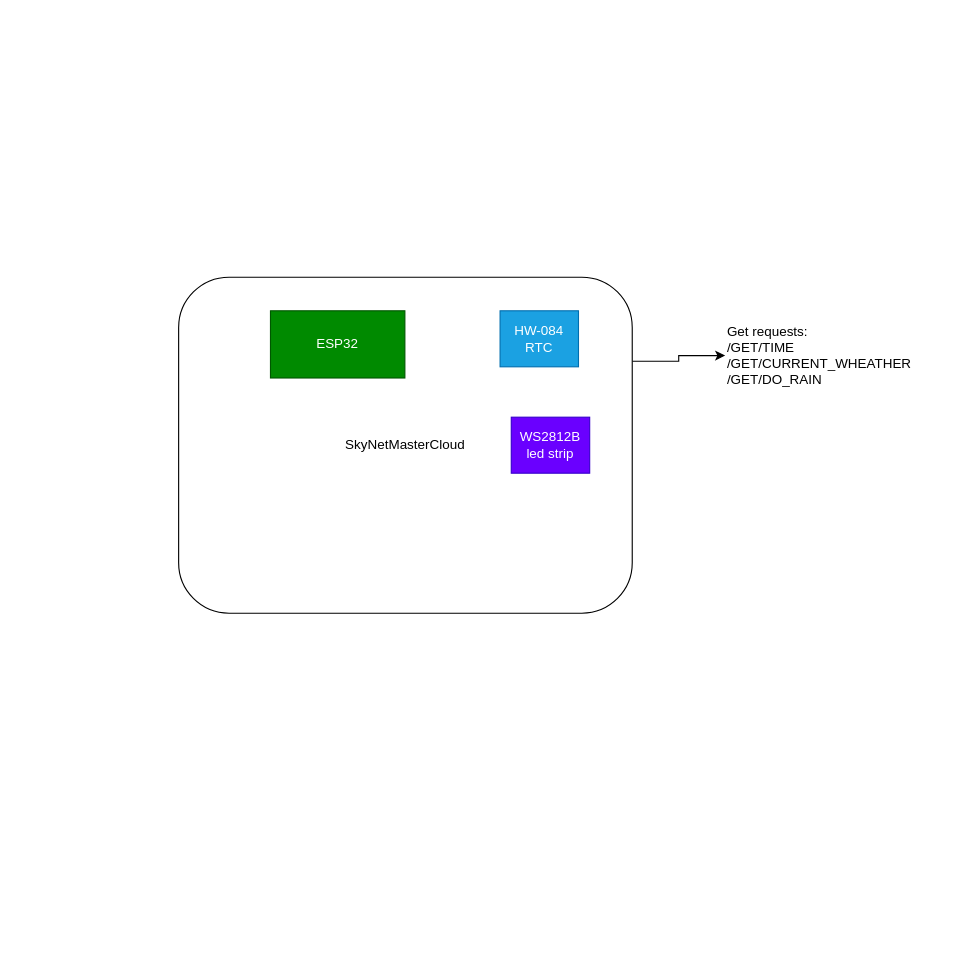
Above: docs/SkyNetDesign.drawio in GalBrandwine/SkyNet (draw.io), before the change. Source tidied: cells renumbered, new cells numbered last; positions are measured from the earlier drawing's top-left corner, leaving out a move shared by most shapes. Both pictures are drawn from the tidied source at 112%, with x=0, y=0 at pixel (178, 277).
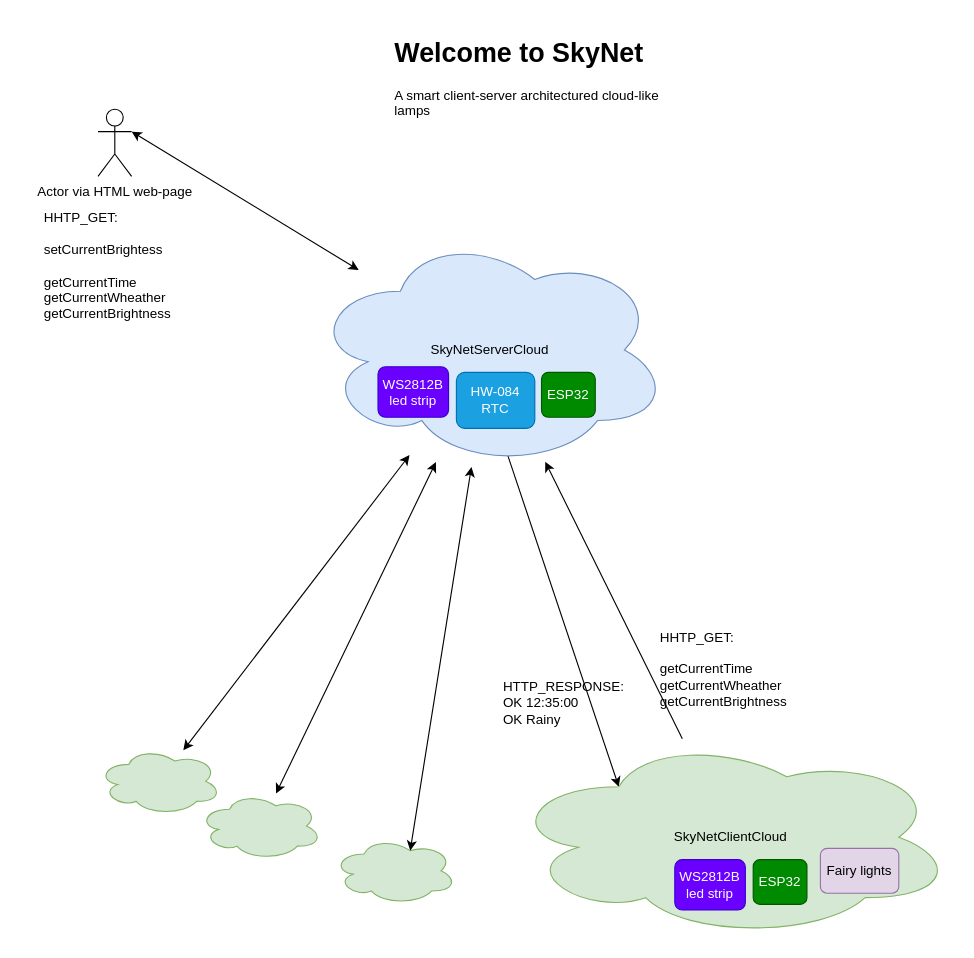
After the change.

Change to the diagram source:
```diff
@@
-    <mxCell id="2" style="edgeStyle=orthogonalEdgeStyle;rounded=0;jettySize=auto;html=1;exitX=1;exitY=0.25;exitDx=0;exitDy=0;" parent="1" edge="1" source="3" target="7">
-      <mxGeometry relative="1" as="geometry" />
-    </mxCell>
-    <mxCell id="3" value="SkyNetMasterCloud" style="rounded=1;whiteSpace=wrap;html=1;" parent="1" vertex="1">
-      <mxGeometry width="405" height="300" as="geometry" />
-    </mxCell>
-    <mxCell id="4" value="ESP32" style="rounded=0;whiteSpace=wrap;html=1;fillColor=#008a00;strokeColor=#005700;fontColor=#ffffff;" parent="1" vertex="1">
-      <mxGeometry x="82" y="30" width="120" height="60" as="geometry" />
-    </mxCell>
+    <mxCell id="8" value="&lt;h1&gt;Welcome to SkyNet&lt;/h1&gt;&lt;p&gt;A smart client-server architectured cloud-like lamps&lt;/p&gt;" style="text;html=1;strokeColor=none;fillColor=none;spacing=5;spacingTop=-20;whiteSpace=wrap;overflow=hidden;rounded=0;" parent="1" vertex="1">
+      <mxGeometry x="188" y="-220" width="250" height="120" as="geometry" />
+    </mxCell>
+    <mxCell id="9" style="edgeStyle=none;rounded=0;jettySize=auto;html=1;exitX=0.55;exitY=0.95;exitDx=0;exitDy=0;exitPerimeter=0;entryX=0.25;entryY=0.25;entryDx=0;entryDy=0;entryPerimeter=0;fillColor=#d5e8d4;" parent="1" edge="1" source="29" target="14">
+      <mxGeometry relative="1" as="geometry" />
+    </mxCell>
+    <mxCell id="10" style="rounded=0;jettySize=auto;html=1;fillColor=#dae8fc;" parent="1" edge="1" source="14" target="29">
+      <mxGeometry relative="1" as="geometry" />
+    </mxCell>
+    <mxCell id="11" value="HHTP_GET:&lt;br&gt;&lt;br&gt;getCurrentTime&lt;br&gt;getCurrentWheather&lt;br&gt;getCurrentBrightness" style="text;html=1;align=left;verticalAlign=middle;strokeColor=none;" parent="1" vertex="1">
+      <mxGeometry x="428" y="310" width="130" height="80" as="geometry" />
+    </mxCell>
+    <mxCell id="12" value="HTTP_RESPONSE:&lt;br&gt;OK 12:35:00&lt;br&gt;OK Rainy&lt;br&gt;" style="text;html=1;align=left;verticalAlign=middle;strokeColor=none;" parent="1" vertex="1">
+      <mxGeometry x="288" y="355" width="120" height="50" as="geometry" />
+    </mxCell>
+    <mxCell id="13" style="group;" parent="1" vertex="1">
+      <mxGeometry x="293" y="410" width="400" height="180" as="geometry" />
+    </mxCell>
+    <mxCell id="14" value="&lt;span&gt;SkyNetClientCloud&lt;/span&gt;" style="ellipse;shape=cloud;whiteSpace=wrap;html=1;fillColor=#d5e8d4;strokeColor=#82b366;" parent="13" vertex="1">
+      <mxGeometry width="400" height="180" as="geometry" />
+    </mxCell>
+    <mxCell id="15" value="ESP32" style="rounded=1;whiteSpace=wrap;html=1;fillColor=#008a00;strokeColor=#005700;fontColor=#ffffff;" parent="13" vertex="1">
+      <mxGeometry x="220" y="110" width="48" height="40" as="geometry" />
+    </mxCell>
+    <mxCell id="16" value="WS2812B led strip" style="rounded=1;whiteSpace=wrap;html=1;fillColor=#6a00ff;strokeColor=#3700CC;fontColor=#ffffff;" parent="13" vertex="1">
+      <mxGeometry x="150" y="110" width="63" height="45" as="geometry" />
+    </mxCell>
+    <mxCell id="17" value="Fairy lights" style="rounded=1;whiteSpace=wrap;html=1;fillColor=#e1d5e7;strokeColor=#9673a6;" parent="13" vertex="1">
+      <mxGeometry x="280" y="100" width="70" height="40" as="geometry" />
+    </mxCell>
+    <mxCell id="18" style="group;" parent="1" vertex="1">
+      <mxGeometry x="-142" y="410" width="400" height="180" as="geometry" />
+    </mxCell>
+    <mxCell id="19" style="ellipse;shape=cloud;whiteSpace=wrap;html=1;fillColor=#d5e8d4;strokeColor=#82b366;" parent="18" vertex="1">
+      <mxGeometry x="280" y="90" width="110" height="60" as="geometry" />
+    </mxCell>
+    <mxCell id="20" style="ellipse;shape=cloud;whiteSpace=wrap;html=1;fillColor=#d5e8d4;strokeColor=#82b366;" parent="18" vertex="1">
+      <mxGeometry x="160" y="50" width="110" height="60" as="geometry" />
+    </mxCell>
+    <mxCell id="21" style="ellipse;shape=cloud;whiteSpace=wrap;html=1;fillColor=#d5e8d4;strokeColor=#82b366;" parent="18" vertex="1">
+      <mxGeometry x="70" y="10" width="110" height="60" as="geometry" />
+    </mxCell>
+    <mxCell id="22" style="edgeStyle=none;rounded=0;jettySize=auto;html=1;exitX=0.625;exitY=0.2;exitDx=0;exitDy=0;exitPerimeter=0;startArrow=classic;startFill=1;" parent="1" edge="1" source="19" target="29">
+      <mxGeometry relative="1" as="geometry" />
+    </mxCell>
+    <mxCell id="23" style="edgeStyle=none;rounded=0;jettySize=auto;html=1;startArrow=classic;startFill=1;" parent="1" edge="1" source="20" target="29">
+      <mxGeometry relative="1" as="geometry" />
+    </mxCell>
+    <mxCell id="24" style="edgeStyle=none;rounded=0;jettySize=auto;html=1;startArrow=classic;startFill=1;" parent="1" edge="1" source="21" target="29">
+      <mxGeometry relative="1" as="geometry" />
+    </mxCell>
+    <mxCell id="25" style="rounded=0;jettySize=auto;html=1;exitX=1;exitY=0.3333333333333333;exitDx=0;exitDy=0;exitPerimeter=0;startArrow=classic;startFill=1;" parent="1" edge="1" source="26" target="29">
+      <mxGeometry relative="1" as="geometry" />
+    </mxCell>
+    <mxCell id="26" value="Actor via HTML web-page" style="shape=umlActor;verticalLabelPosition=bottom;verticalAlign=top;html=1;outlineConnect=0;" parent="1" vertex="1">
+      <mxGeometry x="-72" y="-150" width="30" height="60" as="geometry" />
+    </mxCell>
+    <mxCell id="27" value="HHTP_GET:&lt;br&gt;&lt;br&gt;setCurrentBrightess&lt;br&gt;&lt;br&gt;getCurrentTime&lt;br&gt;getCurrentWheather&lt;br&gt;getCurrentBrightness" style="text;html=1;align=left;verticalAlign=middle;strokeColor=none;" parent="1" vertex="1">
+      <mxGeometry x="-122" y="-60" width="130" height="100" as="geometry" />
+    </mxCell>
+    <mxCell id="28" style="group;" parent="1" vertex="1">
+      <mxGeometry x="118" y="-40" width="320" height="210" as="geometry" />
+    </mxCell>
+    <mxCell id="29" value="&lt;span&gt;SkyNetServerCloud&lt;/span&gt;" style="ellipse;shape=cloud;whiteSpace=wrap;html=1;fillColor=#dae8fc;strokeColor=#6c8ebf;" parent="28" vertex="1">
+      <mxGeometry width="320" height="210" as="geometry" />
+    </mxCell>
-    <mxCell id="5" value="HW-084&lt;br&gt;RTC" style="rounded=0;whiteSpace=wrap;html=1;fillColor=#1ba1e2;strokeColor=#006EAF;fontColor=#ffffff;" parent="1" vertex="1">
-      <mxGeometry x="287" y="30" width="70" height="50" as="geometry" />
+    <mxCell id="5" value="HW-084&lt;br&gt;RTC" style="rounded=1;whiteSpace=wrap;html=1;fillColor=#1ba1e2;strokeColor=#006EAF;fontColor=#ffffff;" parent="28" vertex="1">
+      <mxGeometry x="130" y="125" width="70" height="50" as="geometry" />
     </mxCell>
+    <mxCell id="30" value="ESP32" style="rounded=1;whiteSpace=wrap;html=1;fillColor=#008a00;strokeColor=#005700;fontColor=#ffffff;" parent="28" vertex="1">
+      <mxGeometry x="206" y="125" width="48" height="40" as="geometry" />
+    </mxCell>
-    <mxCell id="6" value="WS2812B led strip" style="rounded=0;whiteSpace=wrap;html=1;fillColor=#6a00ff;strokeColor=#3700CC;fontColor=#ffffff;" parent="1" vertex="1">
-      <mxGeometry x="297" y="125" width="70" height="50" as="geometry" />
+    <mxCell id="6" value="WS2812B led strip" style="rounded=1;whiteSpace=wrap;html=1;fillColor=#6a00ff;strokeColor=#3700CC;fontColor=#ffffff;" parent="28" vertex="1">
+      <mxGeometry x="60" y="120" width="63" height="45" as="geometry" />
     </mxCell>
-    <mxCell id="7" value="Get requests:&lt;br&gt;/GET/TIME&lt;br&gt;/GET/CURRENT_WHEATHER&lt;br&gt;/GET/DO_RAIN" style="text;html=1;strokeColor=none;fillColor=none;align=left;verticalAlign=middle;whiteSpace=wrap;rounded=0;" parent="1" vertex="1">
-      <mxGeometry x="488" y="40" width="191" height="60" as="geometry" />
-    </mxCell>
```
